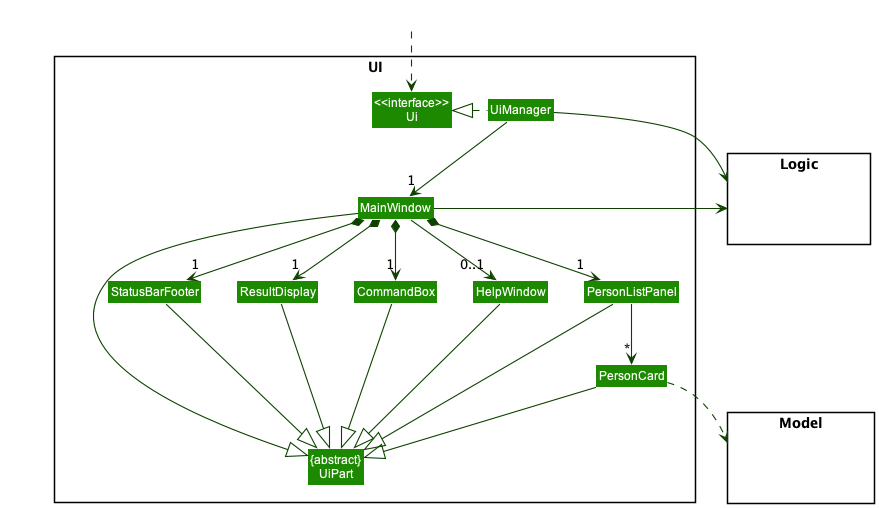
Earlier version of the PlantUML export docs/images/UiClassDiagram.png (nus-cs2103-AY2223S1/tp).
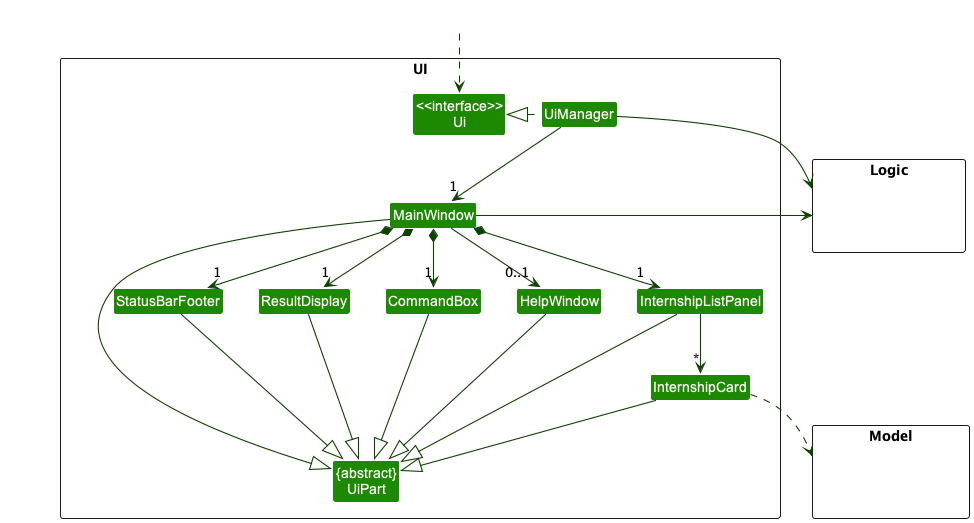
Above is the later version.

The edit, as a diff of the source:
```diff
@@ -11,8 +11,8 @@
 Class MainWindow
 Class HelpWindow
 Class ResultDisplay
-Class PersonListPanel
-Class PersonCard
+Class InternshipListPanel
+Class InternshipCard
 Class StatusBarFooter
 Class CommandBox
 }
@@ -32,26 +32,26 @@
 UiManager -down-> "1" MainWindow
 MainWindow *-down->  "1" CommandBox
 MainWindow *-down-> "1" ResultDisplay
-MainWindow *-down-> "1" PersonListPanel
+MainWindow *-down-> "1" InternshipListPanel
 MainWindow *-down-> "1" StatusBarFooter
 MainWindow --> "0..1" HelpWindow
 
-PersonListPanel -down-> "*" PersonCard
+InternshipListPanel -down-> "*" InternshipCard
 
 MainWindow -left-|> UiPart
 
 ResultDisplay --|> UiPart
 CommandBox --|> UiPart
-PersonListPanel --|> UiPart
-PersonCard --|> UiPart
+InternshipListPanel --|> UiPart
+InternshipCard --|> UiPart
 StatusBarFooter --|> UiPart
 HelpWindow --|> UiPart
 
-PersonCard ..> Model
+InternshipCard ..> Model
 UiManager -right-> Logic
 MainWindow -left-> Logic
 
-PersonListPanel -[hidden]left- HelpWindow
+InternshipListPanel -[hidden]left- HelpWindow
 HelpWindow -[hidden]left- CommandBox
 CommandBox -[hidden]left- ResultDisplay
 ResultDisplay -[hidden]left- StatusBarFooter
```
